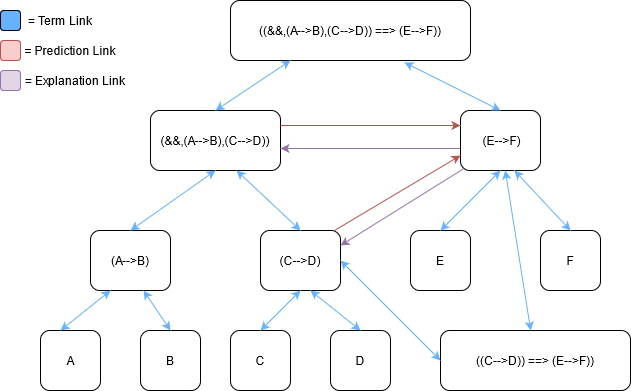
The draw.io diagram Documentation/Concept-Linking-Diagram.png in ccrock4t/NARS-Python, before a commit. Source tidied: cells renumbered, new cells last; positions are measured from the earlier drawing's top-left corner, leaving out a move shared by most shapes. Source of this version:
```xml
<mxGraphModel>
  <root>
    <mxCell id="0" />
    <mxCell id="1" parent="0" />
    <mxCell id="2" value="((&amp;amp;&amp;amp;,(A--&amp;gt;B),(C--&amp;gt;D)) ==&amp;gt; (E--&amp;gt;F))" style="rounded=1;whiteSpace=wrap;html=1;" parent="1" vertex="1">
      <mxGeometry x="230" width="240" height="60" as="geometry" />
    </mxCell>
    <mxCell id="3" value="(&amp;amp;&amp;amp;,(A--&amp;gt;B),(C--&amp;gt;D))" style="rounded=1;whiteSpace=wrap;html=1;" parent="1" vertex="1">
      <mxGeometry x="150" y="110" width="130" height="60" as="geometry" />
    </mxCell>
    <mxCell id="4" value="&amp;nbsp;(E--&amp;gt;F)" style="rounded=1;whiteSpace=wrap;html=1;" parent="1" vertex="1">
      <mxGeometry x="460" y="110" width="80" height="60" as="geometry" />
    </mxCell>
    <mxCell id="5" value="E" style="rounded=1;whiteSpace=wrap;html=1;" parent="1" vertex="1">
      <mxGeometry x="410" y="230" width="60" height="60" as="geometry" />
    </mxCell>
    <mxCell id="6" value="F" style="rounded=1;whiteSpace=wrap;html=1;" parent="1" vertex="1">
      <mxGeometry x="540" y="230" width="60" height="60" as="geometry" />
    </mxCell>
    <mxCell id="7" value="A" style="rounded=1;whiteSpace=wrap;html=1;" parent="1" vertex="1">
      <mxGeometry x="40" y="330" width="60" height="60" as="geometry" />
    </mxCell>
    <mxCell id="8" value="(A--&amp;gt;B)" style="rounded=1;whiteSpace=wrap;html=1;" parent="1" vertex="1">
      <mxGeometry x="90" y="230" width="80" height="60" as="geometry" />
    </mxCell>
    <mxCell id="9" value="(C--&amp;gt;D)" style="rounded=1;whiteSpace=wrap;html=1;" parent="1" vertex="1">
      <mxGeometry x="260" y="230" width="80" height="60" as="geometry" />
    </mxCell>
    <mxCell id="10" value="B" style="rounded=1;whiteSpace=wrap;html=1;" parent="1" vertex="1">
      <mxGeometry x="140" y="330" width="60" height="60" as="geometry" />
    </mxCell>
    <mxCell id="11" value="C" style="rounded=1;whiteSpace=wrap;html=1;" parent="1" vertex="1">
      <mxGeometry x="230" y="330" width="60" height="60" as="geometry" />
    </mxCell>
    <mxCell id="12" value="D" style="rounded=1;whiteSpace=wrap;html=1;" parent="1" vertex="1">
      <mxGeometry x="330" y="330" width="60" height="60" as="geometry" />
    </mxCell>
    <mxCell id="13" style="endArrow=classic;startArrow=classic;html=1;entryX=0.25;entryY=1;entryDx=0;entryDy=0;strokeColor=#66B2FF;" parent="1" edge="1" target="8">
      <mxGeometry relative="1" as="geometry">
        <mxPoint x="60" y="330" as="sourcePoint" />
      </mxGeometry>
    </mxCell>
    <mxCell id="14" style="endArrow=classic;startArrow=classic;html=1;exitX=0.5;exitY=0;exitDx=0;exitDy=0;entryX=0.663;entryY=1;entryDx=0;entryDy=0;entryPerimeter=0;strokeColor=#66B2FF;" parent="1" edge="1" source="10" target="8">
      <mxGeometry relative="1" as="geometry" />
    </mxCell>
    <mxCell id="15" style="endArrow=classic;startArrow=classic;html=1;exitX=0.5;exitY=0;exitDx=0;exitDy=0;entryX=0.5;entryY=1;entryDx=0;entryDy=0;strokeColor=#66B2FF;" parent="1" edge="1" source="11" target="9">
      <mxGeometry relative="1" as="geometry" />
    </mxCell>
    <mxCell id="16" style="endArrow=classic;startArrow=classic;html=1;entryX=0.625;entryY=1;entryDx=0;entryDy=0;entryPerimeter=0;strokeColor=#66B2FF;" parent="1" edge="1" target="9">
      <mxGeometry relative="1" as="geometry">
        <mxPoint x="360" y="330" as="sourcePoint" />
      </mxGeometry>
    </mxCell>
    <mxCell id="17" style="endArrow=classic;startArrow=classic;html=1;exitX=0.5;exitY=0;exitDx=0;exitDy=0;entryX=0.5;entryY=1;entryDx=0;entryDy=0;strokeColor=#66B2FF;" parent="1" edge="1" source="8" target="3">
      <mxGeometry relative="1" as="geometry" />
    </mxCell>
    <mxCell id="18" style="endArrow=classic;startArrow=classic;html=1;exitX=0.5;exitY=0;exitDx=0;exitDy=0;entryX=0.662;entryY=1;entryDx=0;entryDy=0;entryPerimeter=0;strokeColor=#66B2FF;" parent="1" edge="1" source="9" target="3">
      <mxGeometry relative="1" as="geometry" />
    </mxCell>
    <mxCell id="19" style="endArrow=classic;startArrow=classic;html=1;exitX=0.5;exitY=0;exitDx=0;exitDy=0;entryX=0.5;entryY=1;entryDx=0;entryDy=0;strokeColor=#66B2FF;" parent="1" edge="1" source="5" target="4">
      <mxGeometry relative="1" as="geometry" />
    </mxCell>
    <mxCell id="20" style="endArrow=classic;startArrow=classic;html=1;exitX=0.5;exitY=0;exitDx=0;exitDy=0;strokeColor=#66B2FF;" parent="1" edge="1" source="6">
      <mxGeometry relative="1" as="geometry">
        <mxPoint x="514" y="170" as="targetPoint" />
      </mxGeometry>
    </mxCell>
    <mxCell id="21" style="endArrow=classic;startArrow=classic;html=1;exitX=0.5;exitY=0;exitDx=0;exitDy=0;entryX=0.25;entryY=1;entryDx=0;entryDy=0;strokeColor=#66B2FF;" parent="1" edge="1" source="3" target="2">
      <mxGeometry relative="1" as="geometry" />
    </mxCell>
    <mxCell id="22" style="endArrow=classic;startArrow=classic;html=1;exitX=0.5;exitY=0;exitDx=0;exitDy=0;entryX=0.725;entryY=1.033;entryDx=0;entryDy=0;entryPerimeter=0;strokeColor=#66B2FF;" parent="1" edge="1" source="4" target="2">
      <mxGeometry relative="1" as="geometry" />
    </mxCell>
    <mxCell id="23" value="= Term Link" style="text;html=1;strokeColor=none;fillColor=none;align=center;verticalAlign=middle;whiteSpace=wrap;rounded=0;" parent="1" vertex="1">
      <mxGeometry x="10" y="10" width="100" height="20" as="geometry" />
    </mxCell>
    <mxCell id="24" style="rounded=1;whiteSpace=wrap;html=1;fillColor=#66B2FF;" parent="1" vertex="1">
      <mxGeometry y="10" width="20" height="20" as="geometry" />
    </mxCell>
    <mxCell id="25" value="= Prediction Link" style="text;html=1;strokeColor=none;fillColor=none;align=center;verticalAlign=middle;whiteSpace=wrap;rounded=0;" parent="1" vertex="1">
      <mxGeometry x="20" y="40" width="100" height="20" as="geometry" />
    </mxCell>
    <mxCell id="26" style="rounded=1;whiteSpace=wrap;html=1;fillColor=#f8cecc;strokeColor=#b85450;" parent="1" vertex="1">
      <mxGeometry y="40" width="20" height="20" as="geometry" />
    </mxCell>
    <mxCell id="27" value="= Explanation Link" style="text;html=1;strokeColor=none;fillColor=none;align=center;verticalAlign=middle;whiteSpace=wrap;rounded=0;" parent="1" vertex="1">
      <mxGeometry x="10" y="70" width="130" height="20" as="geometry" />
    </mxCell>
    <mxCell id="28" style="rounded=1;whiteSpace=wrap;html=1;fillColor=#e1d5e7;strokeColor=#9673a6;" parent="1" vertex="1">
      <mxGeometry y="70" width="20" height="20" as="geometry" />
    </mxCell>
    <mxCell id="29" style="endArrow=classic;html=1;strokeColor=#b85450;exitX=1;exitY=0.25;exitDx=0;exitDy=0;entryX=0;entryY=0.25;entryDx=0;entryDy=0;fillColor=#f8cecc;" parent="1" edge="1" source="3" target="4">
      <mxGeometry relative="1" as="geometry" />
    </mxCell>
    <mxCell id="30" style="endArrow=classic;html=1;strokeColor=#9673a6;fillColor=#e1d5e7;" parent="1" edge="1">
      <mxGeometry relative="1" as="geometry">
        <mxPoint x="460" y="148" as="sourcePoint" />
        <mxPoint x="280" y="148" as="targetPoint" />
      </mxGeometry>
    </mxCell>
    <mxCell id="31" value="((C--&amp;gt;D)) ==&amp;gt; (E--&amp;gt;F))" style="rounded=1;whiteSpace=wrap;html=1;" parent="1" vertex="1">
      <mxGeometry x="440" y="330" width="190" height="60" as="geometry" />
    </mxCell>
    <mxCell id="32" style="endArrow=classic;startArrow=classic;html=1;strokeColor=#66B2FF;" parent="1" edge="1" source="4" target="31">
      <mxGeometry relative="1" as="geometry" />
    </mxCell>
    <mxCell id="33" style="endArrow=classic;startArrow=classic;html=1;strokeColor=#66B2FF;entryX=0;entryY=0.5;entryDx=0;entryDy=0;" parent="1" edge="1" target="31">
      <mxGeometry relative="1" as="geometry">
        <mxPoint x="340" y="260" as="sourcePoint" />
      </mxGeometry>
    </mxCell>
    <mxCell id="34" style="endArrow=classic;html=1;strokeColor=#b85450;exitX=0.925;exitY=0;exitDx=0;exitDy=0;entryX=0;entryY=0.75;entryDx=0;entryDy=0;fillColor=#f8cecc;exitPerimeter=0;" parent="1" edge="1" source="9" target="4">
      <mxGeometry relative="1" as="geometry" />
    </mxCell>
    <mxCell id="35" style="endArrow=classic;html=1;strokeColor=#9673a6;fillColor=#e1d5e7;entryX=1;entryY=0.25;entryDx=0;entryDy=0;exitX=0.037;exitY=0.972;exitDx=0;exitDy=0;exitPerimeter=0;" parent="1" edge="1" source="4" target="9">
      <mxGeometry relative="1" as="geometry" />
    </mxCell>
  </root>
</mxGraphModel>
```
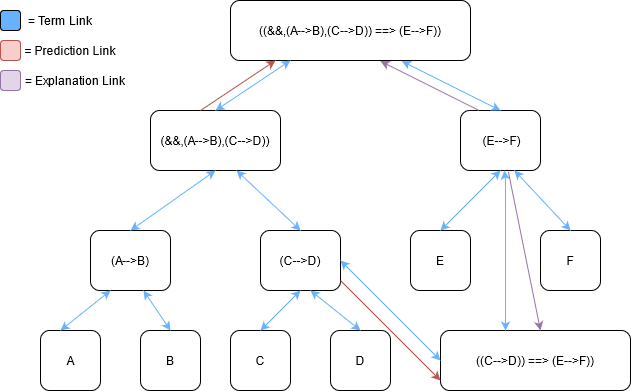
Later version of the same file.

What changed in the source:
```diff
@@ -68,7 +68,7 @@
     <mxCell id="21" style="endArrow=classic;startArrow=classic;html=1;exitX=0.5;exitY=0;exitDx=0;exitDy=0;entryX=0.25;entryY=1;entryDx=0;entryDy=0;strokeColor=#66B2FF;" parent="1" edge="1" source="3" target="2">
       <mxGeometry relative="1" as="geometry" />
     </mxCell>
-    <mxCell id="22" style="endArrow=classic;startArrow=classic;html=1;exitX=0.5;exitY=0;exitDx=0;exitDy=0;entryX=0.725;entryY=1.033;entryDx=0;entryDy=0;entryPerimeter=0;strokeColor=#66B2FF;" parent="1" edge="1" source="4" target="2">
+    <mxCell id="22" style="endArrow=classic;startArrow=classic;html=1;exitX=0.5;exitY=0;exitDx=0;exitDy=0;strokeColor=#66B2FF;entryX=0.714;entryY=1.011;entryDx=0;entryDy=0;entryPerimeter=0;" parent="1" edge="1" source="4" target="2">
       <mxGeometry relative="1" as="geometry" />
     </mxCell>
     <mxCell id="23" value="= Term Link" style="text;html=1;strokeColor=none;fillColor=none;align=center;verticalAlign=middle;whiteSpace=wrap;rounded=0;" parent="1" vertex="1">
@@ -89,31 +89,45 @@
     <mxCell id="28" style="rounded=1;whiteSpace=wrap;html=1;fillColor=#e1d5e7;strokeColor=#9673a6;" parent="1" vertex="1">
       <mxGeometry y="70" width="20" height="20" as="geometry" />
     </mxCell>
-    <mxCell id="29" style="endArrow=classic;html=1;strokeColor=#b85450;exitX=1;exitY=0.25;exitDx=0;exitDy=0;entryX=0;entryY=0.25;entryDx=0;entryDy=0;fillColor=#f8cecc;" parent="1" edge="1" source="3" target="4">
-      <mxGeometry relative="1" as="geometry" />
-    </mxCell>
-    <mxCell id="30" style="endArrow=classic;html=1;strokeColor=#9673a6;fillColor=#e1d5e7;" parent="1" edge="1">
-      <mxGeometry relative="1" as="geometry">
-        <mxPoint x="460" y="148" as="sourcePoint" />
-        <mxPoint x="280" y="148" as="targetPoint" />
-      </mxGeometry>
-    </mxCell>
     <mxCell id="31" value="((C--&amp;gt;D)) ==&amp;gt; (E--&amp;gt;F))" style="rounded=1;whiteSpace=wrap;html=1;" parent="1" vertex="1">
       <mxGeometry x="440" y="330" width="190" height="60" as="geometry" />
     </mxCell>
-    <mxCell id="32" style="endArrow=classic;startArrow=classic;html=1;strokeColor=#66B2FF;" parent="1" edge="1" source="4" target="31">
-      <mxGeometry relative="1" as="geometry" />
+    <mxCell id="32" style="endArrow=classic;startArrow=classic;html=1;strokeColor=#66B2FF;" parent="1" edge="1" source="4">
+      <mxGeometry relative="1" as="geometry">
+        <mxPoint x="505" y="330" as="targetPoint" />
+        <Array as="points">
+          <mxPoint x="505" y="180" />
+          <mxPoint x="505" y="320" />
+        </Array>
+      </mxGeometry>
     </mxCell>
     <mxCell id="33" style="endArrow=classic;startArrow=classic;html=1;strokeColor=#66B2FF;entryX=0;entryY=0.5;entryDx=0;entryDy=0;" parent="1" edge="1" target="31">
       <mxGeometry relative="1" as="geometry">
         <mxPoint x="340" y="260" as="sourcePoint" />
       </mxGeometry>
     </mxCell>
-    <mxCell id="34" style="endArrow=classic;html=1;strokeColor=#b85450;exitX=0.925;exitY=0;exitDx=0;exitDy=0;entryX=0;entryY=0.75;entryDx=0;entryDy=0;fillColor=#f8cecc;exitPerimeter=0;" parent="1" edge="1" source="9" target="4">
-      <mxGeometry relative="1" as="geometry" />
-    </mxCell>
-    <mxCell id="35" style="endArrow=classic;html=1;strokeColor=#9673a6;fillColor=#e1d5e7;entryX=1;entryY=0.25;entryDx=0;entryDy=0;exitX=0.037;exitY=0.972;exitDx=0;exitDy=0;exitPerimeter=0;" parent="1" edge="1" source="4" target="9">
-      <mxGeometry relative="1" as="geometry" />
-    </mxCell>
+    <mxCell id="36" style="endArrow=classic;startArrow=none;html=1;exitX=0.5;exitY=0;exitDx=0;exitDy=0;strokeColor=#9673a6;entryX=0.714;entryY=1.011;entryDx=0;entryDy=0;entryPerimeter=0;fillColor=#e1d5e7;startFill=0;" parent="1" edge="1">
+      <mxGeometry relative="1" as="geometry">
+        <mxPoint x="478.6" y="110" as="sourcePoint" />
+        <mxPoint x="380" y="60.7" as="targetPoint" />
+      </mxGeometry>
+    </mxCell>
+    <mxCell id="37" style="endArrow=classic;startArrow=none;html=1;exitX=0.5;exitY=0;exitDx=0;exitDy=0;entryX=0.25;entryY=1;entryDx=0;entryDy=0;strokeColor=#b85450;fillColor=#f8cecc;startFill=0;" parent="1" edge="1">
+      <mxGeometry relative="1" as="geometry">
+        <mxPoint x="200" y="110" as="sourcePoint" />
+        <mxPoint x="275" y="60" as="targetPoint" />
+      </mxGeometry>
+    </mxCell>
+    <mxCell id="38" style="endArrow=classic;startArrow=none;html=1;strokeColor=#b85450;entryX=0;entryY=0.5;entryDx=0;entryDy=0;startFill=0;fillColor=#f8cecc;" parent="1" edge="1">
+      <mxGeometry relative="1" as="geometry">
+        <mxPoint x="340" y="280" as="sourcePoint" />
+        <mxPoint x="440" y="380" as="targetPoint" />
+      </mxGeometry>
+    </mxCell>
+    <mxCell id="39" style="endArrow=classic;startArrow=none;html=1;strokeColor=#9673a6;startFill=0;exitX=0.598;exitY=1.019;exitDx=0;exitDy=0;exitPerimeter=0;fillColor=#e1d5e7;" parent="1" edge="1" source="4">
+      <mxGeometry relative="1" as="geometry">
+        <mxPoint x="540" y="330" as="targetPoint" />
+      </mxGeometry>
+    </mxCell>
   </root>
 </mxGraphModel>
```
